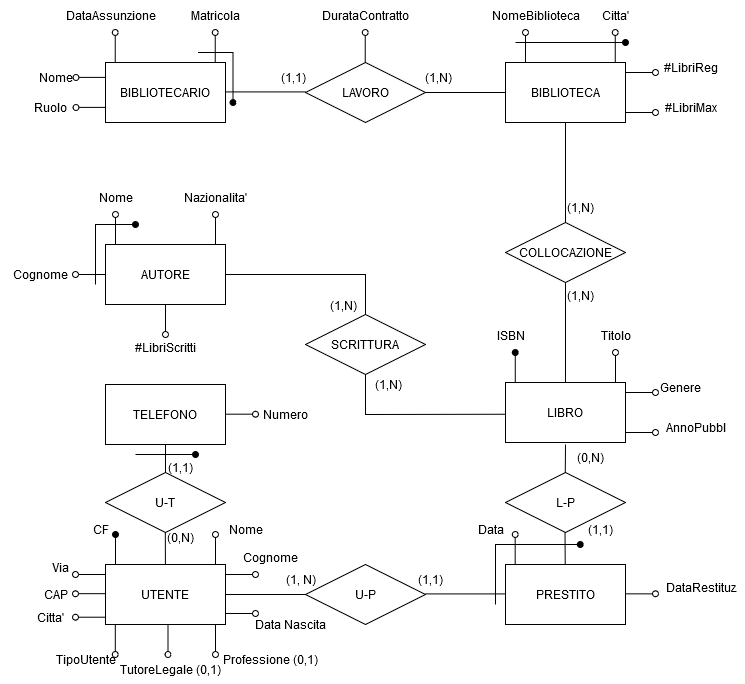
Earlier version of the draw.io export Biblioteca Ristrutturata.drawio.png (alexbnls/BasiDati). Source tidied: cells renumbered, new cells last; positions are measured from the earlier drawing's top-left corner, leaving out a move shared by most shapes.
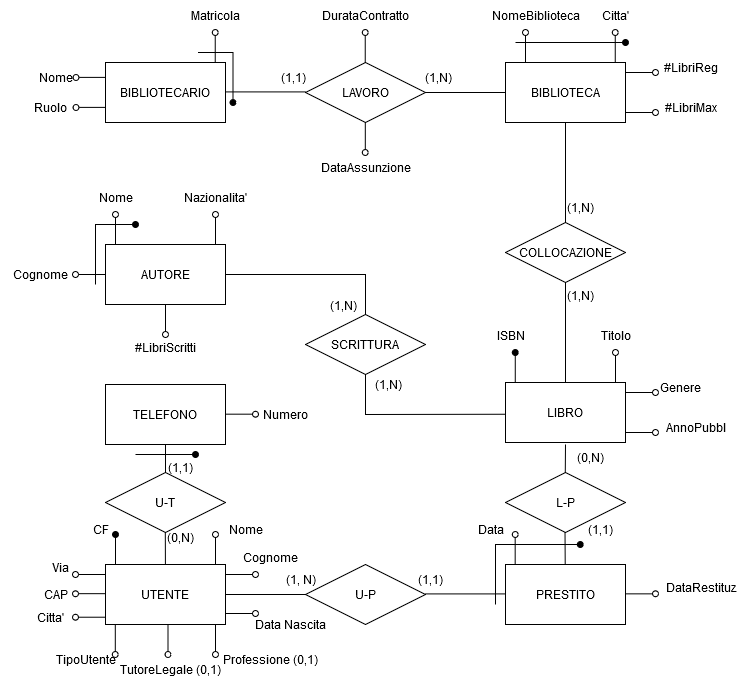
Above is the later version.

What changed in the source:
```diff
@@ -268,14 +268,8 @@
     <mxCell id="65" value="Matricola" style="text;html=1;align=center;verticalAlign=middle;strokeColor=none;fillColor=none;" parent="1" vertex="1">
       <mxGeometry x="180" width="70" height="30" as="geometry" />
     </mxCell>
-    <mxCell id="66" style="endArrow=oval;html=1;rounded=0;endFill=0;" parent="1" edge="1">
-      <mxGeometry relative="1" as="geometry">
-        <mxPoint x="114.7" y="62" as="sourcePoint" />
-        <mxPoint x="114.7" y="32" as="targetPoint" />
-      </mxGeometry>
-    </mxCell>
     <mxCell id="67" value="DataAssunzione" style="text;html=1;align=center;verticalAlign=middle;strokeColor=none;fillColor=none;" parent="1" vertex="1">
-      <mxGeometry x="55" width="110" height="30" as="geometry" />
+      <mxGeometry x="310" y="152" width="110" height="30" as="geometry" />
     </mxCell>
     <mxCell id="68" value="Ruolo" style="text;html=1;align=center;verticalAlign=middle;strokeColor=none;fillColor=none;" parent="1" vertex="1">
       <mxGeometry x="25" y="92" width="50" height="30" as="geometry" />
@@ -463,5 +457,11 @@
     <mxCell id="103" value="TutoreLegale (0,1)" style="text;html=1;align=center;verticalAlign=middle;strokeColor=none;fillColor=none;" parent="1" vertex="1">
       <mxGeometry x="110" y="654" width="120" height="30" as="geometry" />
     </mxCell>
+    <mxCell id="104" style="endArrow=oval;html=1;rounded=0;endFill=0;" parent="1" edge="1">
+      <mxGeometry relative="1" as="geometry">
+        <mxPoint x="364.8" y="122" as="sourcePoint" />
+        <mxPoint x="364.8" y="152" as="targetPoint" />
+      </mxGeometry>
+    </mxCell>
   </root>
 </mxGraphModel>
```
